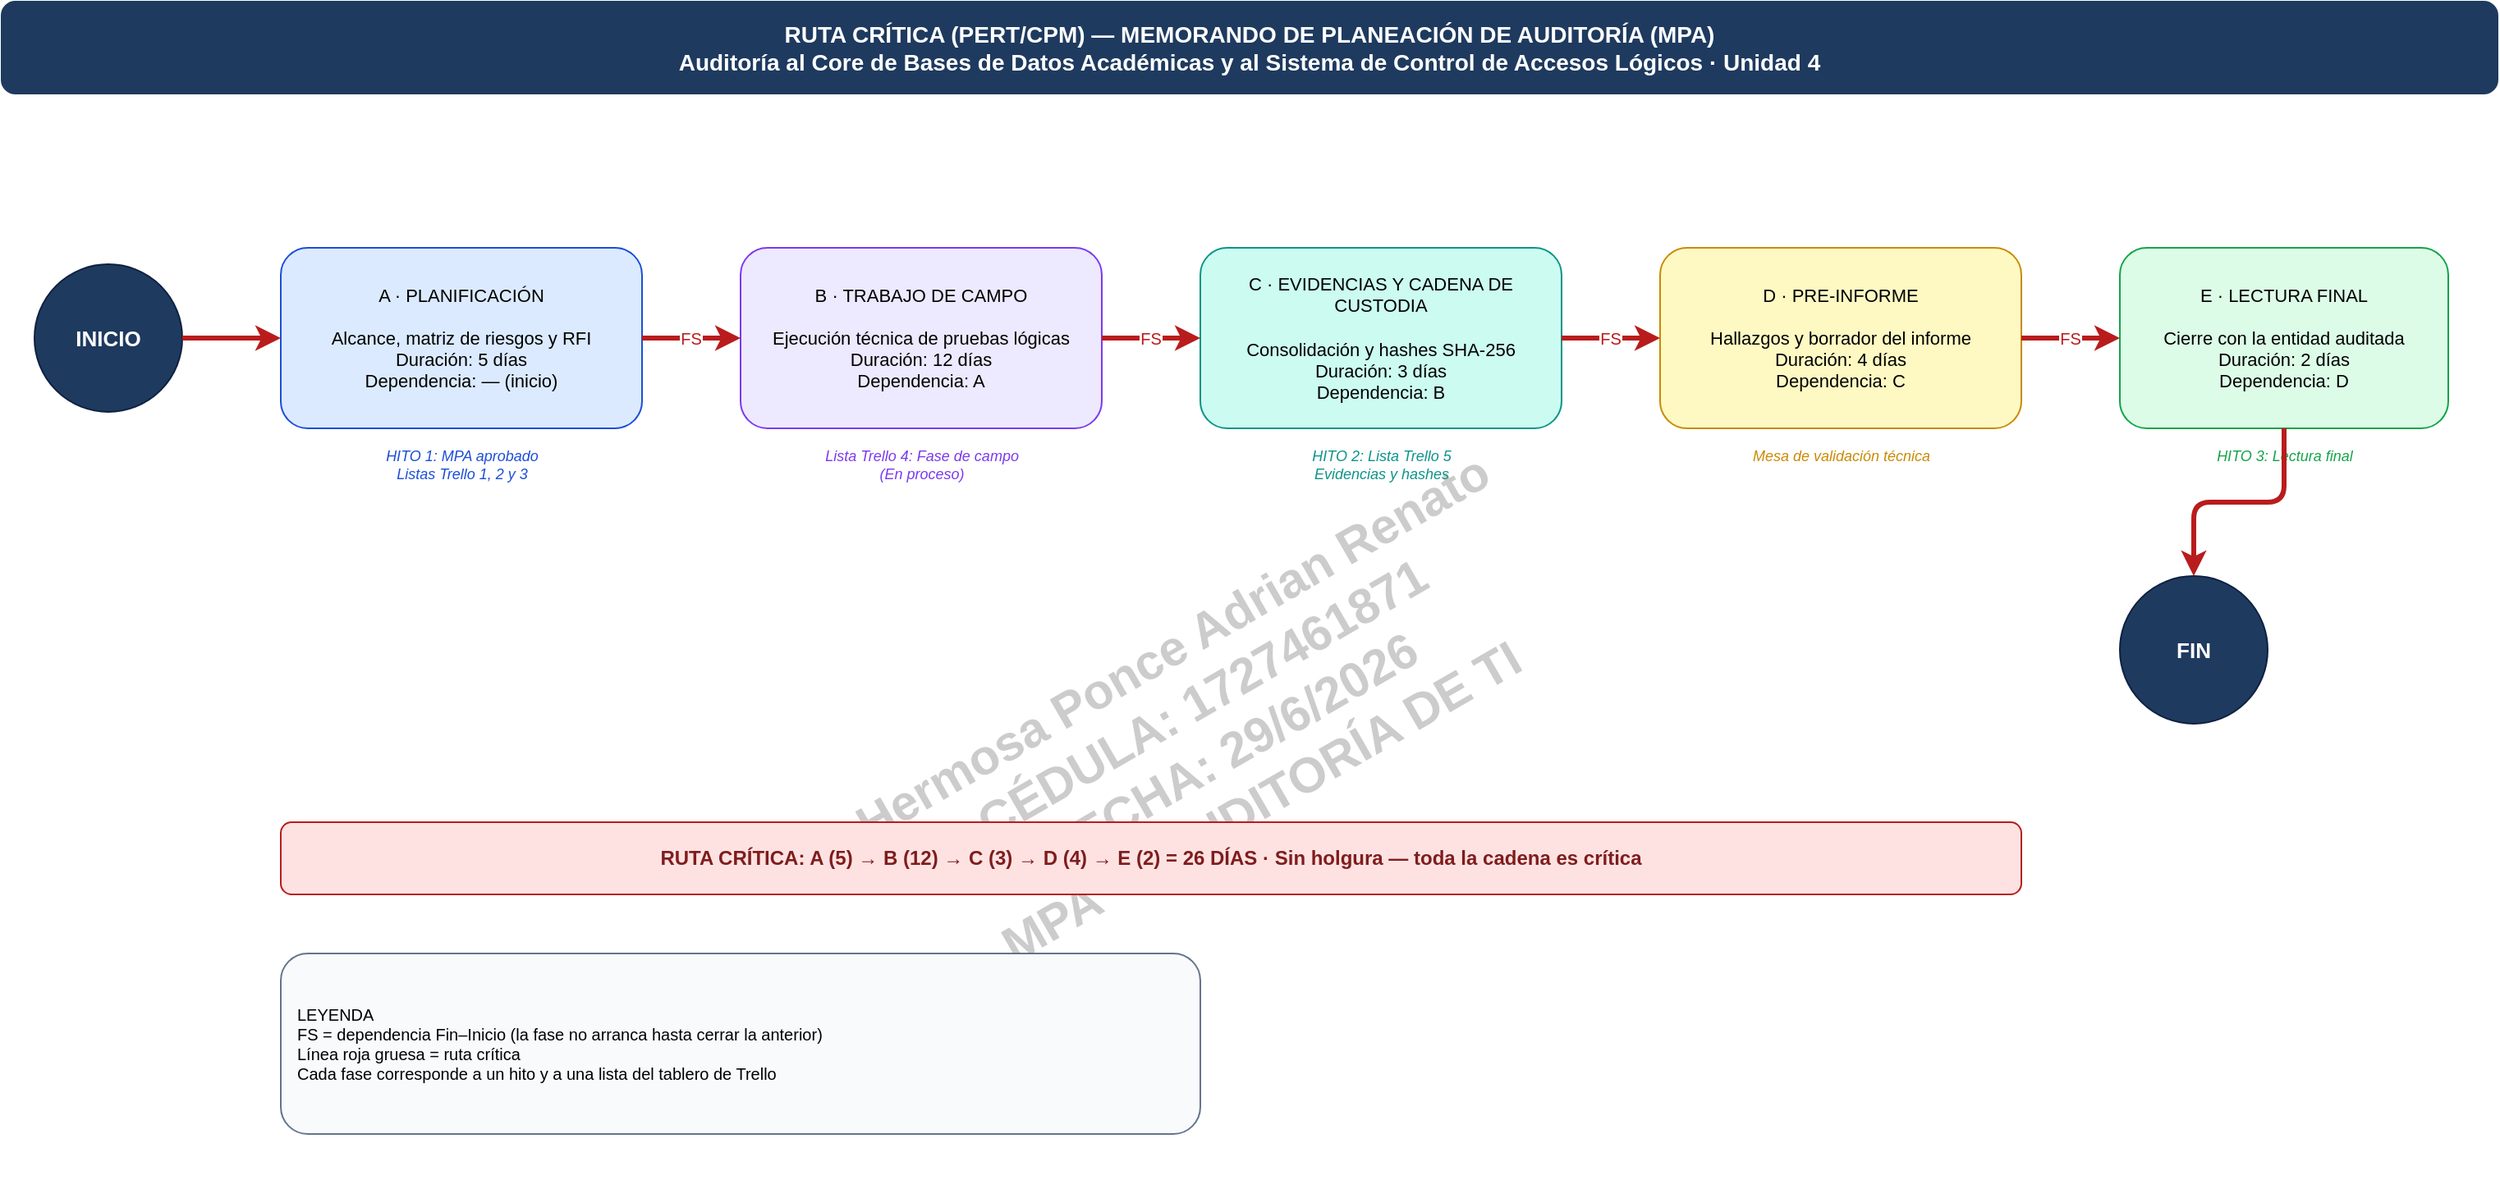
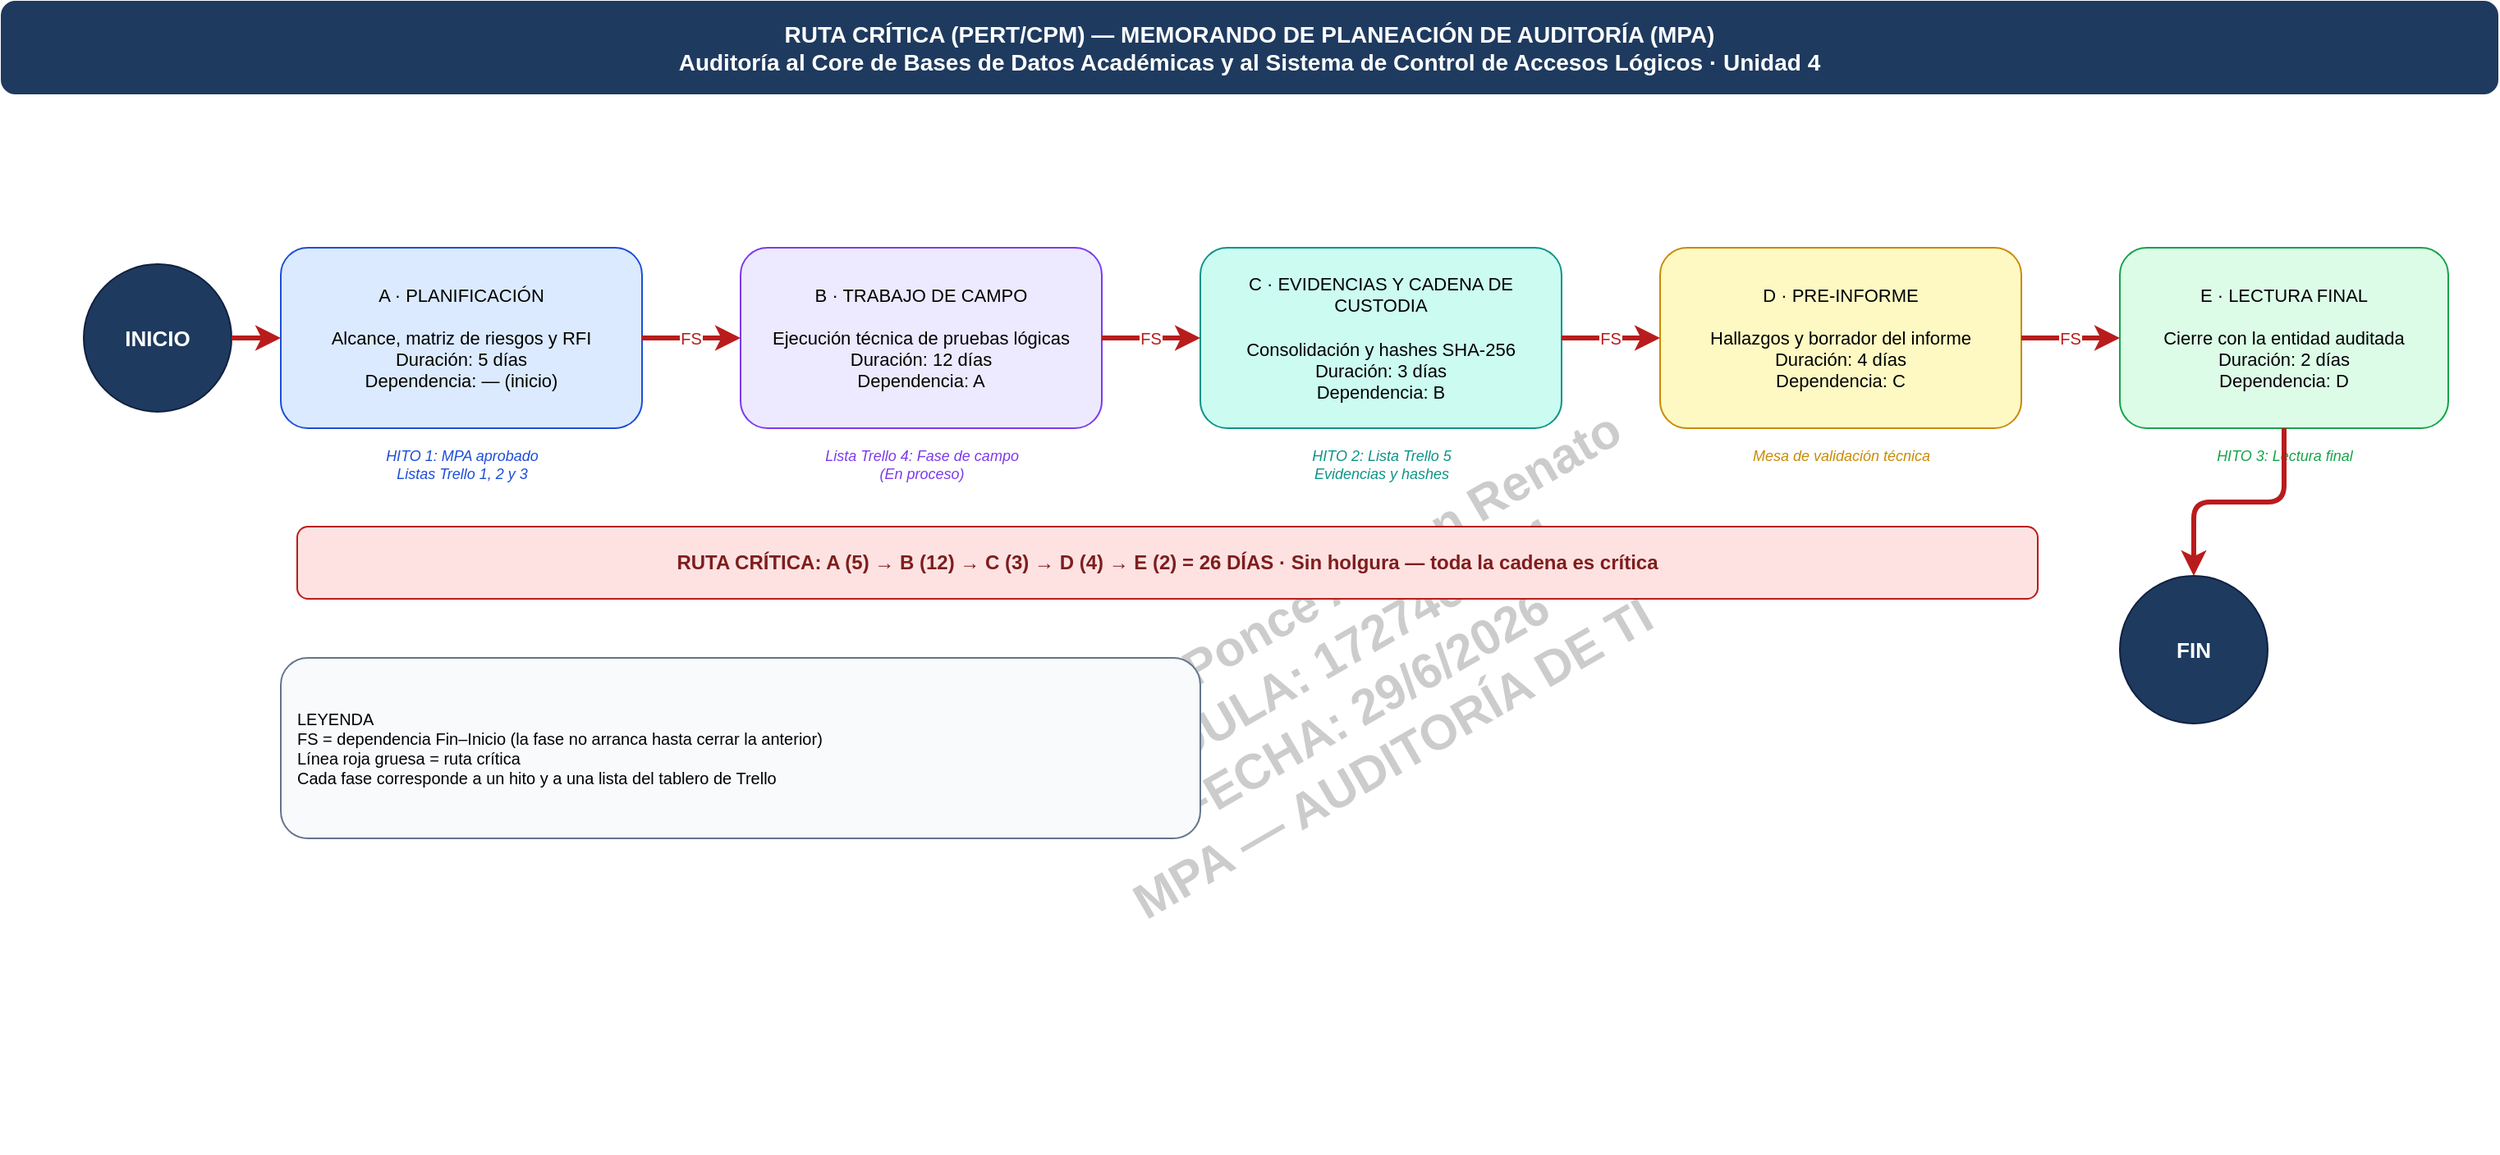
<mxfile host="app.diagrams.net" agent="Claude AI">
  <diagram id="ruta-critica-mpa" name="Ruta Crítica — MPA Auditoría TI">
-     <mxGraphModel dx="1691" dy="862" grid="1" gridSize="10" guides="1" tooltips="1" connect="1" arrows="1" fold="1" page="1" pageScale="1" pageWidth="1600" pageHeight="1100" math="0" shadow="0">
+     <mxGraphModel dx="1604" dy="816" grid="1" gridSize="10" guides="1" tooltips="1" connect="1" arrows="1" fold="1" page="1" pageScale="1" pageWidth="1600" pageHeight="1100" math="0" shadow="0">
      <root>
        <mxCell id="0" />
        <mxCell id="1" parent="0" />
        <mxCell id="watermark" parent="1" style="text;html=1;align=center;verticalAlign=middle;whiteSpace=wrap;fontSize=30;fontStyle=1;fontColor=#CCCCCC;opacity=15;rotation=-30;" value="Hermosa Ponce Adrian Renato&lt;br&gt;CÉDULA: 1727461871&lt;br&gt;FECHA: 29/6/2026&lt;br&gt;MPA — AUDITORÍA DE TI" vertex="1">
-           <mxGeometry height="260" width="700" x="430" y="330" as="geometry" />
+           <mxGeometry height="260" width="700" x="510" y="304" as="geometry" />
        </mxCell>
        <mxCell id="titulo" parent="1" style="text;html=1;align=center;verticalAlign=middle;whiteSpace=wrap;rounded=1;fontSize=14;fontStyle=1;fillColor=#1E3A5F;fontColor=#FFFFFF;strokeColor=#1E3A5F;" value="RUTA CRÍTICA (PERT/CPM) — MEMORANDO DE PLANEACIÓN DE AUDITORÍA (MPA)&#xa;Auditoría al Core de Bases de Datos Académicas y al Sistema de Control de Accesos Lógicos · Unidad 4" vertex="1">
          <mxGeometry height="56" width="1520" x="40" y="20" as="geometry" />
        </mxCell>
        <mxCell id="inicio" parent="1" style="ellipse;whiteSpace=wrap;html=1;fillColor=#1E3A5F;strokeColor=#0F2040;fontColor=#FFFFFF;fontSize=13;fontStyle=1;align=center;" value="INICIO" vertex="1">
-           <mxGeometry height="90" width="90" x="60" y="180" as="geometry" />
+           <mxGeometry height="90" width="90" x="90" y="180" as="geometry" />
        </mxCell>
        <mxCell id="fA" parent="1" style="rounded=1;whiteSpace=wrap;html=1;fillColor=#DBEAFE;strokeColor=#1D4ED8;fontSize=11;fontStyle=0;align=center;verticalAlign=middle;" value="A · PLANIFICACIÓN&#xa;&#xa;Alcance, matriz de riesgos y RFI&#xa;Duración: 5 días&#xa;Dependencia: — (inicio)" vertex="1">
          <mxGeometry height="110" width="220" x="210" y="170" as="geometry" />
        </mxCell>
        <mxCell id="hA" parent="1" style="text;html=1;align=center;fontSize=9;fontStyle=2;fontColor=#1D4ED8;" value="HITO 1: MPA aprobado&#xa;Listas Trello 1, 2 y 3" vertex="1">
          <mxGeometry height="34" width="220" x="210" y="285" as="geometry" />
        </mxCell>
        <mxCell id="fB" parent="1" style="rounded=1;whiteSpace=wrap;html=1;fillColor=#EDE9FE;strokeColor=#7C3AED;fontSize=11;align=center;verticalAlign=middle;" value="B · TRABAJO DE CAMPO&#xa;&#xa;Ejecución técnica de pruebas lógicas&#xa;Duración: 12 días&#xa;Dependencia: A" vertex="1">
          <mxGeometry height="110" width="220" x="490" y="170" as="geometry" />
        </mxCell>
        <mxCell id="hB" parent="1" style="text;html=1;align=center;fontSize=9;fontStyle=2;fontColor=#7C3AED;" value="Lista Trello 4: Fase de campo&#xa;(En proceso)" vertex="1">
          <mxGeometry height="34" width="220" x="490" y="285" as="geometry" />
        </mxCell>
        <mxCell id="fC" parent="1" style="rounded=1;whiteSpace=wrap;html=1;fillColor=#CCFBF1;strokeColor=#0D9488;fontSize=11;align=center;verticalAlign=middle;" value="C · EVIDENCIAS Y CADENA DE CUSTODIA&#xa;&#xa;Consolidación y hashes SHA-256&#xa;Duración: 3 días&#xa;Dependencia: B" vertex="1">
          <mxGeometry height="110" width="220" x="770" y="170" as="geometry" />
        </mxCell>
        <mxCell id="hC" parent="1" style="text;html=1;align=center;fontSize=9;fontStyle=2;fontColor=#0D9488;" value="HITO 2: Lista Trello 5&#xa;Evidencias y hashes" vertex="1">
          <mxGeometry height="34" width="220" x="770" y="285" as="geometry" />
        </mxCell>
        <mxCell id="fD" parent="1" style="rounded=1;whiteSpace=wrap;html=1;fillColor=#FEF9C3;strokeColor=#CA8A04;fontSize=11;align=center;verticalAlign=middle;" value="D · PRE-INFORME&#xa;&#xa;Hallazgos y borrador del informe&#xa;Duración: 4 días&#xa;Dependencia: C" vertex="1">
          <mxGeometry height="110" width="220" x="1050" y="170" as="geometry" />
        </mxCell>
        <mxCell id="hD" parent="1" style="text;html=1;align=center;fontSize=9;fontStyle=2;fontColor=#CA8A04;" value="Mesa de validación técnica" vertex="1">
          <mxGeometry height="20" width="220" x="1050" y="285" as="geometry" />
        </mxCell>
        <mxCell id="fE" parent="1" style="rounded=1;whiteSpace=wrap;html=1;fillColor=#DCFCE7;strokeColor=#16A34A;fontSize=11;align=center;verticalAlign=middle;" value="E · LECTURA FINAL&#xa;&#xa;Cierre con la entidad auditada&#xa;Duración: 2 días&#xa;Dependencia: D" vertex="1">
          <mxGeometry height="110" width="200" x="1330" y="170" as="geometry" />
        </mxCell>
        <mxCell id="hE" parent="1" style="text;html=1;align=center;fontSize=9;fontStyle=2;fontColor=#16A34A;" value="HITO 3: Lectura final" vertex="1">
          <mxGeometry height="20" width="200" x="1330" y="285" as="geometry" />
        </mxCell>
        <mxCell id="fin" parent="1" style="ellipse;whiteSpace=wrap;html=1;fillColor=#1E3A5F;strokeColor=#0F2040;fontColor=#FFFFFF;fontSize=13;fontStyle=1;align=center;" value="FIN" vertex="1">
          <mxGeometry height="90" width="90" x="1330" y="370" as="geometry" />
        </mxCell>
        <mxCell id="e_ini_A" edge="1" parent="1" source="inicio" style="edgeStyle=orthogonalEdgeStyle;strokeColor=#B91C1C;strokeWidth=3;fontSize=10;fontColor=#B91C1C;" target="fA">
          <mxGeometry relative="1" as="geometry" />
        </mxCell>
        <mxCell id="e_A_B" edge="1" parent="1" source="fA" style="edgeStyle=orthogonalEdgeStyle;strokeColor=#B91C1C;strokeWidth=3;fontSize=10;fontColor=#B91C1C;" target="fB" value="FS">
          <mxGeometry relative="1" as="geometry" />
        </mxCell>
        <mxCell id="e_B_C" edge="1" parent="1" source="fB" style="edgeStyle=orthogonalEdgeStyle;strokeColor=#B91C1C;strokeWidth=3;fontSize=10;fontColor=#B91C1C;" target="fC" value="FS">
          <mxGeometry relative="1" as="geometry" />
        </mxCell>
        <mxCell id="e_C_D" edge="1" parent="1" source="fC" style="edgeStyle=orthogonalEdgeStyle;strokeColor=#B91C1C;strokeWidth=3;fontSize=10;fontColor=#B91C1C;" target="fD" value="FS">
          <mxGeometry relative="1" as="geometry" />
        </mxCell>
        <mxCell id="e_D_E" edge="1" parent="1" source="fD" style="edgeStyle=orthogonalEdgeStyle;strokeColor=#B91C1C;strokeWidth=3;fontSize=10;fontColor=#B91C1C;" target="fE" value="FS">
          <mxGeometry relative="1" as="geometry" />
        </mxCell>
        <mxCell id="e_E_fin" edge="1" parent="1" source="fE" style="edgeStyle=orthogonalEdgeStyle;strokeColor=#B91C1C;strokeWidth=3;" target="fin">
          <mxGeometry relative="1" as="geometry" />
        </mxCell>
        <mxCell id="resumen" parent="1" style="rounded=1;whiteSpace=wrap;html=1;fillColor=#FEE2E2;strokeColor=#B91C1C;fontSize=12;fontStyle=1;align=center;fontColor=#7F1D1D;" value="RUTA CRÍTICA: A (5) → B (12) → C (3) → D (4) → E (2) = 26 DÍAS · Sin holgura — toda la cadena es crítica" vertex="1">
-           <mxGeometry height="44" width="1060" x="210" y="520" as="geometry" />
+           <mxGeometry height="44" width="1060" x="220" y="340" as="geometry" />
        </mxCell>
        <mxCell id="ley" parent="1" style="rounded=1;whiteSpace=wrap;html=1;fillColor=#F8FAFC;strokeColor=#64748B;fontSize=10;align=left;spacingLeft=8;verticalAlign=middle;" value="LEYENDA&#xa;FS = dependencia Fin–Inicio (la fase no arranca hasta cerrar la anterior)&#xa;Línea roja gruesa = ruta crítica&#xa;Cada fase corresponde a un hito y a una lista del tablero de Trello" vertex="1">
-           <mxGeometry height="110" width="560" x="210" y="600" as="geometry" />
+           <mxGeometry height="110" width="560" x="210" y="420" as="geometry" />
        </mxCell>
      </root>
    </mxGraphModel>
  </diagram>
</mxfile>
